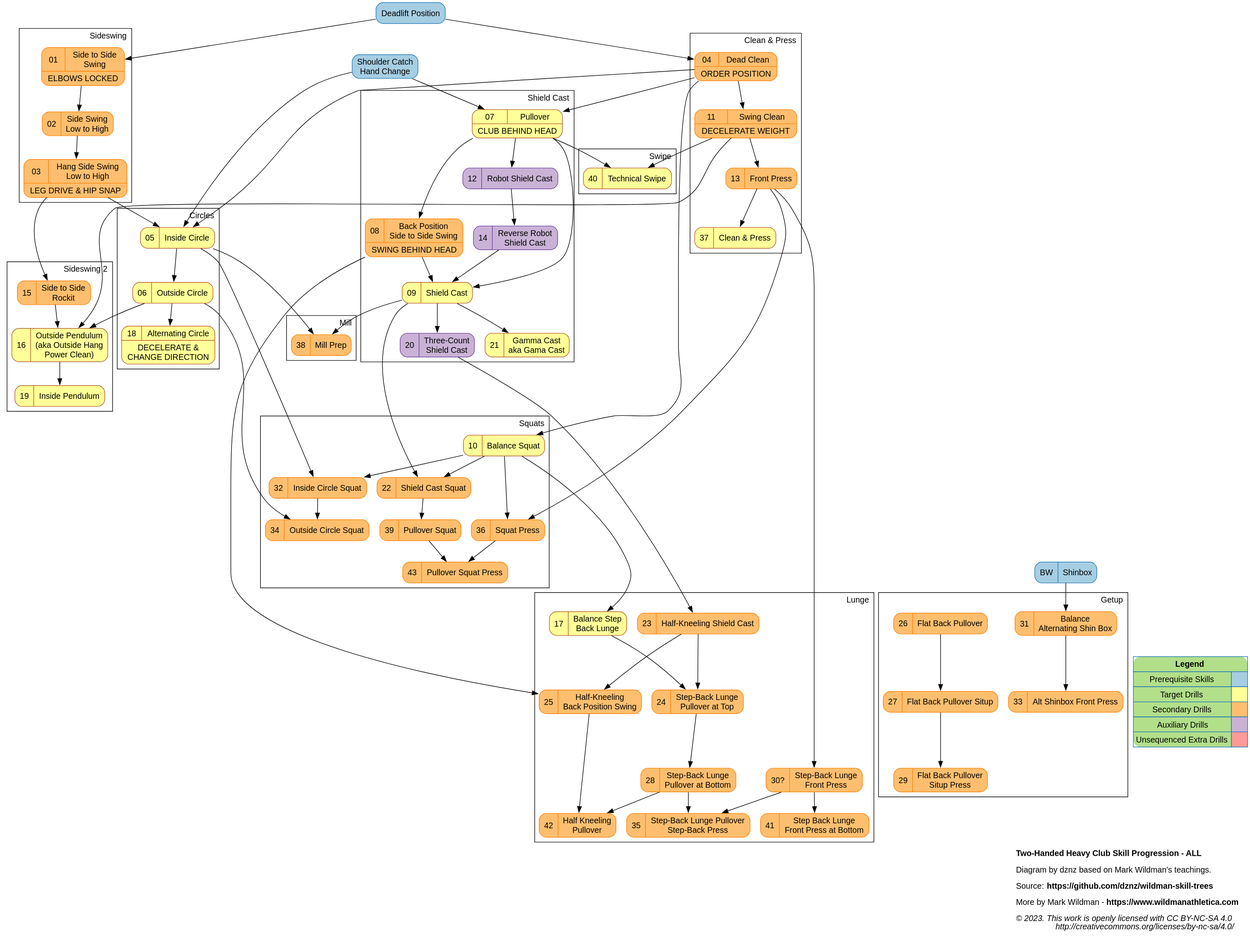
Before: dist/hc_2h_progression_ALL.svg, a diagram exported from PlantUML (dznz/wildman-skill-trees). Its source is kept beside it as src/hc/hc_2h_progression_ALL.puml.
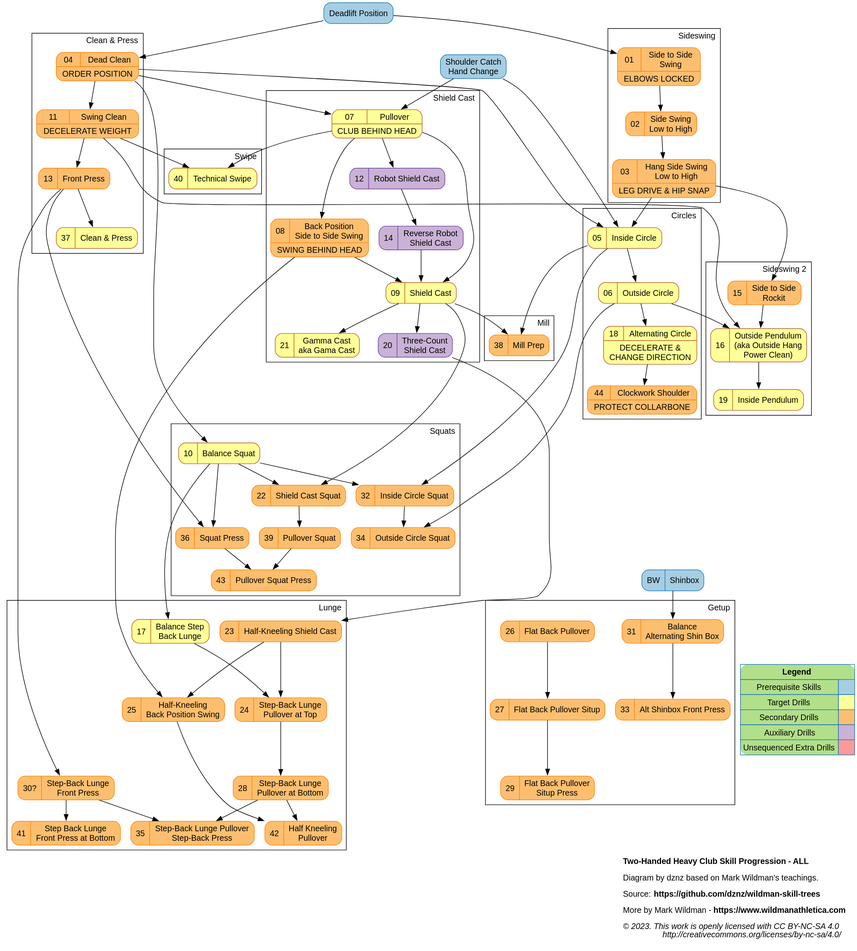
Later version of the same file.

Commit message:
feat(hc_2h_progression): add 2HHC-44

Change to the diagram source:
```diff
@@ -38,7 +38,7 @@
     // Shield Cast
     mov_08_backpossidetoside; mov_22_scsquat
     // Mill
-    mov_38_millprep;
+    mov_38_millprep; mov_44_clockshoulder;
     // Getups
     mov_31_altshinbox; mov_33_altshinboxfrpress; mov_26_fbpull; mov_27_fbpullsit; mov_29_fbpullsitpress
     // Squat
@@ -111,6 +111,7 @@
   mov_41_sblungepress       [label="{{41|Step Back Lunge\nFront Press at Bottom}}"              URL="https://www.youtube.com/watch?v=mf2dOl-QzEs"];
   mov_42_kneelpull          [label="{{42|Half Kneeling\nPullover}}"                             URL="https://www.youtube.com/watch?v=FhIn5to6NmM"];
   mov_43_pullsquatpress     [label="{{43|Pullover Squat Press}}"                                URL="https://www.youtube.com/watch?v=pHjBhj7SHWo"];
+  mov_44_clockshoulder      [label="{{44|Clockwork Shoulder}|PROTECT COLLARBONE}"               URL="https://www.youtube.com/watch?v=XjaBfgQW1qw"];
 
   // Unsequenced
   ' mov_mill                   [label="{{|Mill}}"                            URL="https://www.youtube.com/watch?v=iFtaPBDwG7w"]
@@ -168,6 +169,7 @@
   mov_05_insidecircle -> mov_06_outsidecircle;
   mov_06_outsidecircle -> mov_18_altcircle;
   ' mov_18_altcircle -> mov_clockwork;
+  mov_18_altcircle -> mov_44_clockshoulder
 }
 
 subgraph cluster_cap {
```
